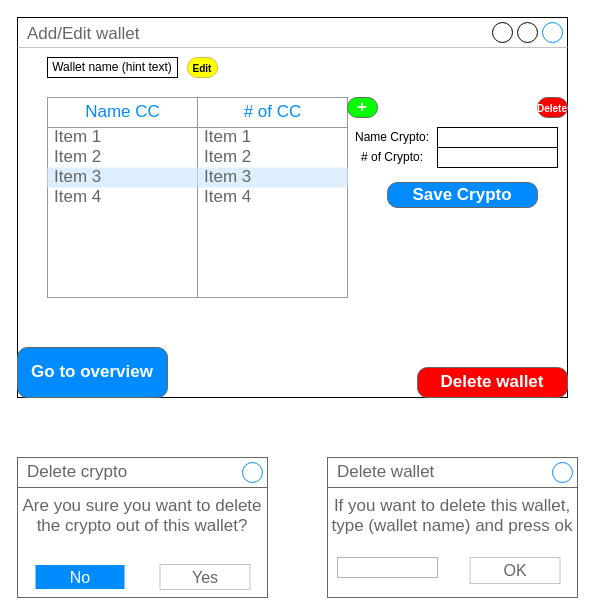
Total1880/OlavCrypto keeps this draw.io diagram as Documentation/Mockups/DetailsWallet.drawio. Above is the earlier version. Source tidied: cells renumbered, new cells numbered last; positions are measured from the earlier drawing's top-left corner, leaving out a move shared by most shapes. Both pictures are drawn from the tidied source at 100%, with x=0, y=0 at pixel (17, 17).
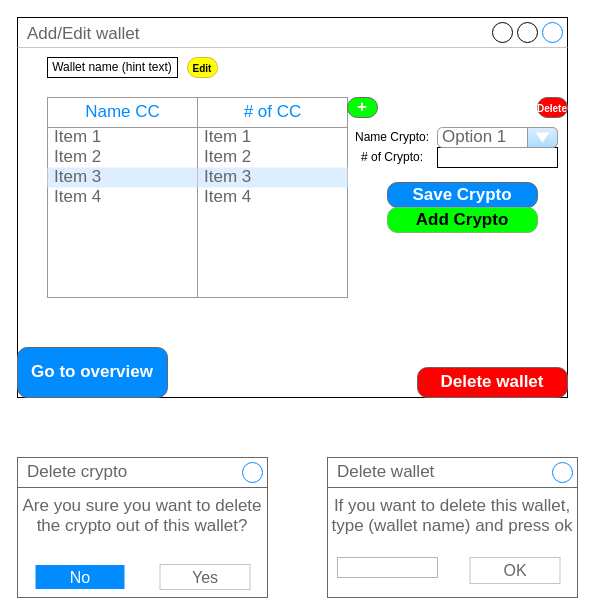
The same diagram, later.

Commit message (it also covers changes not shown here):
update DetailsWallet Mockup. Add Details Crypto mockup

Diff of the diagram source:
```diff
@@
-    <mxCell id="21" style="rounded=0;whiteSpace=wrap;html=1;fillColor=#FFFFFF;" parent="1" vertex="1">
-      <mxGeometry x="420" y="110" width="120" height="20" as="geometry" />
-    </mxCell>
@@
+    <mxCell id="36" value="Add Crypto" style="strokeWidth=1;shadow=0;dashed=0;align=center;html=1;shape=mxgraph.mockup.buttons.button;strokeColor=#82b366;mainText=;buttonStyle=round;fontSize=17;fontStyle=1;whiteSpace=wrap;fillColor=#00FF00;" parent="1" vertex="1">
+      <mxGeometry x="370" y="190" width="150" height="25" as="geometry" />
+    </mxCell>
+    <mxCell id="37" value="Option 1" style="strokeWidth=1;shadow=0;dashed=0;align=center;html=1;shape=mxgraph.mockup.forms.comboBox;strokeColor=#999999;fillColor=#ddeeff;align=left;fillColor2=#aaddff;mainText=;fontColor=#666666;fontSize=17;spacingLeft=3;" parent="1" vertex="1">
+      <mxGeometry x="420" y="110" width="120" height="20" as="geometry" />
+    </mxCell>
```
